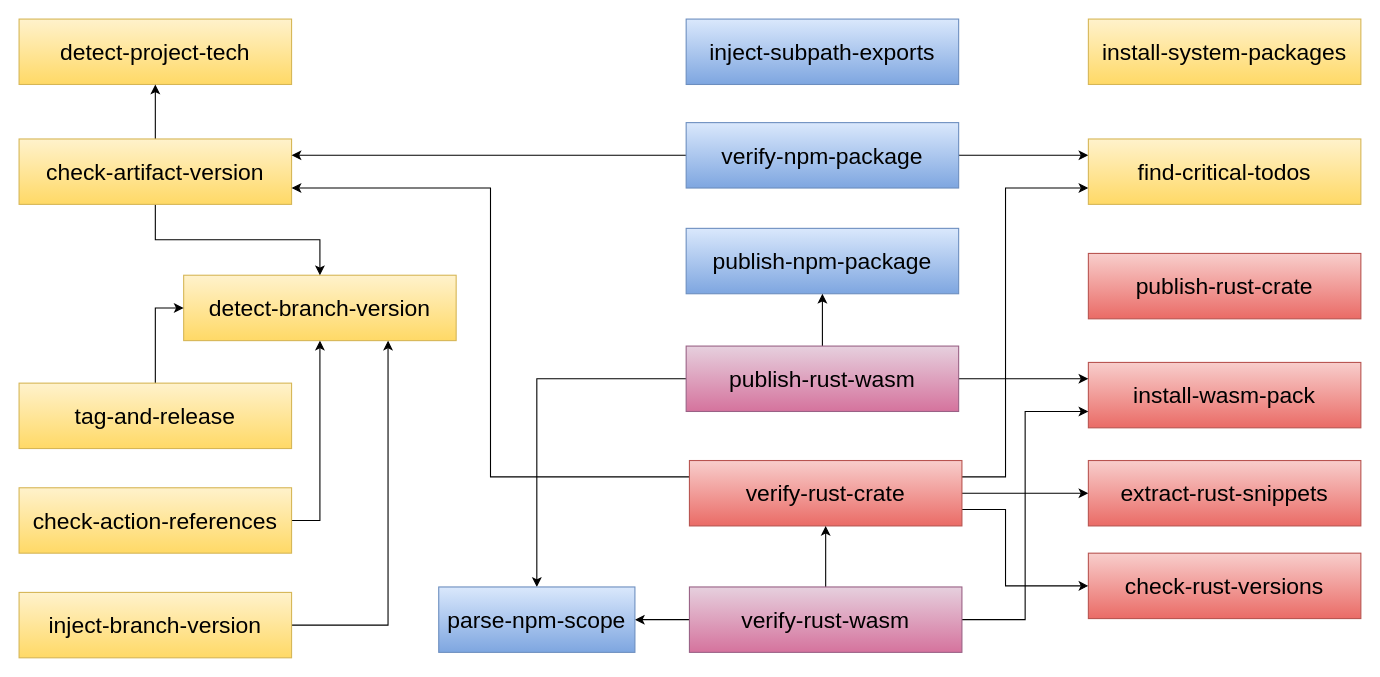
Before: docs/schema.drawio in giancosta86/aurora-github, a draw.io diagram. Source tidied: cells renumbered, new cells numbered last; positions are measured from the earlier drawing's top-left corner, leaving out a move shared by most shapes. Both pictures are drawn from the tidied source at 109%, with x=0, y=0 at pixel (19, 19).
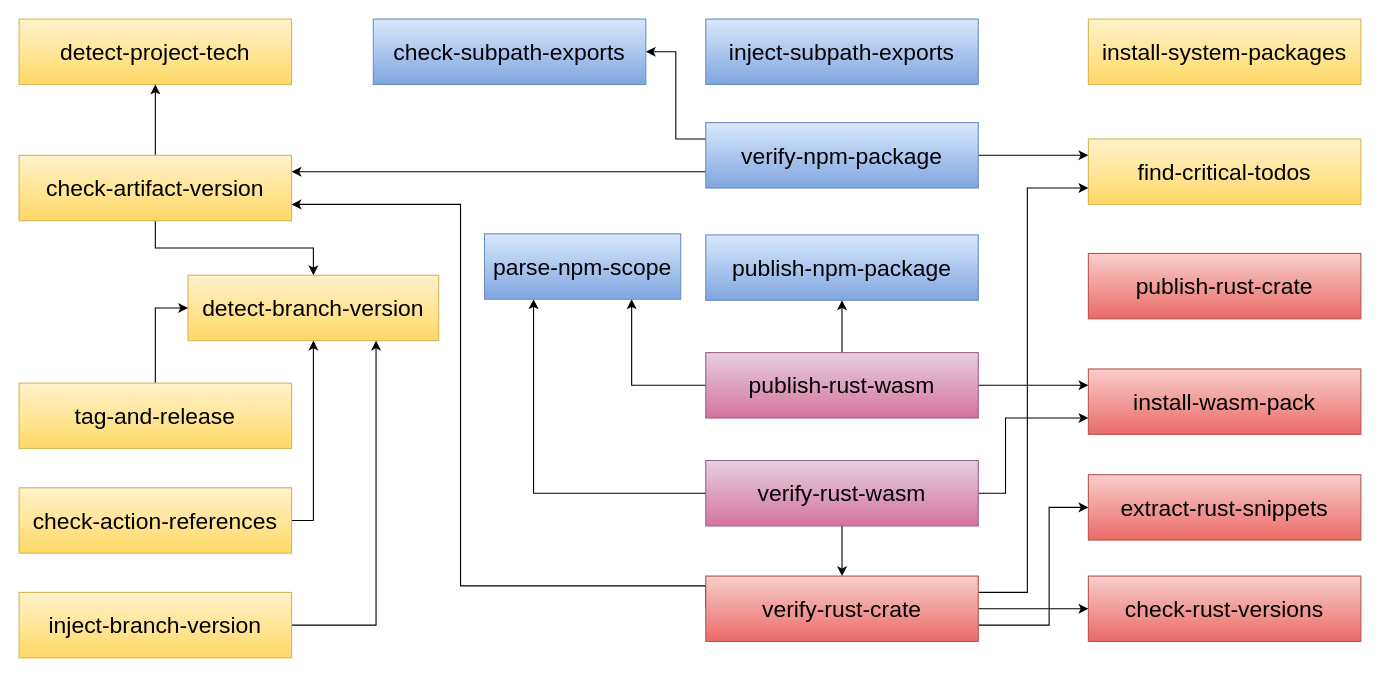
Above is the later version.

Commit message (it also covers changes not shown here):
Update action diagram

The change refers to these unchanged cells:
```xml
<mxCell id="33" value="&lt;font color=&quot;#000000&quot; style=&quot;font-size: 21px;&quot;&gt;find-critical-todos&lt;/font&gt;" style="rounded=0;whiteSpace=wrap;html=1;fillColor=#fff2cc;gradientColor=#ffd966;strokeColor=#d6b656;fontSize=21;" parent="1" vertex="1">
  <mxGeometry x="981" y="110" width="250" height="60" as="geometry" />
</mxCell>
```

The edit, as a diff of the source:
```diff
@@
     <mxCell id="3" value="&lt;font color=&quot;#000000&quot; style=&quot;font-size: 21px;&quot;&gt;install-wasm-pack&lt;/font&gt;" style="rounded=0;whiteSpace=wrap;html=1;fillColor=#f8cecc;gradientColor=#ea6b66;strokeColor=#b85450;fontSize=21;" parent="1" vertex="1">
-      <mxGeometry x="981" y="315" width="250" height="60" as="geometry" />
+      <mxGeometry x="981" y="321" width="250" height="60" as="geometry" />
     </mxCell>
     <mxCell id="4" value="&lt;font color=&quot;#000000&quot; style=&quot;font-size: 21px;&quot;&gt;check-rust-versions&lt;/font&gt;" style="rounded=0;whiteSpace=wrap;html=1;fillColor=#f8cecc;gradientColor=#ea6b66;strokeColor=#b85450;fontSize=21;" parent="1" vertex="1">
-      <mxGeometry x="981" y="490" width="250" height="60" as="geometry" />
+      <mxGeometry x="981" y="511" width="250" height="60" as="geometry" />
     </mxCell>
     <mxCell id="5" value="&lt;font color=&quot;#000000&quot; style=&quot;font-size: 21px;&quot;&gt;detect-branch-version&lt;/font&gt;" style="rounded=0;whiteSpace=wrap;html=1;fillColor=#fff2cc;gradientColor=#ffd966;strokeColor=#d6b656;fontSize=21;" parent="1" vertex="1">
-      <mxGeometry x="151" y="235" width="250" height="60" as="geometry" />
+      <mxGeometry x="155" y="235" width="230" height="60" as="geometry" />
     </mxCell>
@@
     <mxCell id="8" value="&lt;font color=&quot;#000000&quot; style=&quot;font-size: 21px;&quot;&gt;check-artifact-version&lt;/font&gt;" style="rounded=0;whiteSpace=wrap;html=1;fillColor=#fff2cc;gradientColor=#ffd966;strokeColor=#d6b656;fontSize=21;" parent="1" vertex="1">
-      <mxGeometry y="110" width="250" height="60" as="geometry" />
+      <mxGeometry y="125" width="250" height="60" as="geometry" />
     </mxCell>
@@
-    <mxCell id="11" style="edgeStyle=orthogonalEdgeStyle;rounded=0;jettySize=auto;html=1;exitX=0;exitY=0.25;exitDx=0;exitDy=0;entryX=1;entryY=0.75;entryDx=0;entryDy=0;" parent="1" edge="1" source="15" target="8">
-      <mxGeometry relative="1" as="geometry" />
+    <mxCell id="11" style="edgeStyle=orthogonalEdgeStyle;rounded=0;jettySize=auto;html=1;exitX=0;exitY=0.5;exitDx=0;exitDy=0;entryX=1;entryY=0.75;entryDx=0;entryDy=0;" parent="1" edge="1" source="15" target="8">
+      <mxGeometry relative="1" as="geometry">
+        <Array as="points">
+          <mxPoint x="405" y="520" />
+          <mxPoint x="405" y="170" />
+        </Array>
+      </mxGeometry>
     </mxCell>
+    <mxCell id="14" style="edgeStyle=orthogonalEdgeStyle;rounded=0;jettySize=auto;html=1;exitX=1;exitY=0.25;exitDx=0;exitDy=0;entryX=0;entryY=0.75;entryDx=0;entryDy=0;" parent="1" edge="1" source="15" target="33">
+      <mxGeometry relative="1" as="geometry">
+        <Array as="points">
+          <mxPoint x="925" y="526" />
+          <mxPoint x="925" y="155" />
+        </Array>
+      </mxGeometry>
+    </mxCell>
+    <mxCell id="13" style="edgeStyle=orthogonalEdgeStyle;rounded=0;jettySize=auto;html=1;exitX=1;exitY=0.5;exitDx=0;exitDy=0;entryX=0;entryY=0.5;entryDx=0;entryDy=0;" parent="1" edge="1" source="15" target="4">
+      <mxGeometry relative="1" as="geometry" />
+    </mxCell>
-    <mxCell id="12" style="edgeStyle=orthogonalEdgeStyle;rounded=0;jettySize=auto;html=1;exitX=1;exitY=0.5;exitDx=0;exitDy=0;entryX=0;entryY=0.5;entryDx=0;entryDy=0;" parent="1" edge="1" source="15" target="34">
-      <mxGeometry relative="1" as="geometry" />
+    <mxCell id="12" style="edgeStyle=orthogonalEdgeStyle;rounded=0;jettySize=auto;html=1;exitX=1;exitY=0.75;exitDx=0;exitDy=0;entryX=0;entryY=0.5;entryDx=0;entryDy=0;" parent="1" edge="1" source="15" target="34">
+      <mxGeometry relative="1" as="geometry">
+        <Array as="points">
+          <mxPoint x="945" y="556" />
+          <mxPoint x="945" y="448" />
+        </Array>
+      </mxGeometry>
     </mxCell>
-    <mxCell id="13" style="edgeStyle=orthogonalEdgeStyle;rounded=0;jettySize=auto;html=1;exitX=1;exitY=0.75;exitDx=0;exitDy=0;entryX=0;entryY=0.5;entryDx=0;entryDy=0;" parent="1" edge="1" source="15" target="4">
-      <mxGeometry relative="1" as="geometry">
-        <Array as="points">
-          <mxPoint x="905" y="450" />
-          <mxPoint x="905" y="520" />
-        </Array>
-      </mxGeometry>
-    </mxCell>
-    <mxCell id="14" style="edgeStyle=orthogonalEdgeStyle;rounded=0;jettySize=auto;html=1;exitX=1;exitY=0.25;exitDx=0;exitDy=0;entryX=0;entryY=0.75;entryDx=0;entryDy=0;" parent="1" edge="1" source="15" target="33">
-      <mxGeometry relative="1" as="geometry">
-        <Array as="points">
-          <mxPoint x="905" y="420" />
-          <mxPoint x="905" y="155" />
-        </Array>
-      </mxGeometry>
-    </mxCell>
     <mxCell id="15" value="&lt;span style=&quot;color: rgb(0, 0, 0);&quot;&gt;verify&lt;/span&gt;&lt;font color=&quot;#000000&quot; style=&quot;font-size: 21px;&quot;&gt;-rust-crate&lt;/font&gt;" style="rounded=0;whiteSpace=wrap;html=1;fillColor=#f8cecc;gradientColor=#ea6b66;strokeColor=#b85450;fontSize=21;" parent="1" vertex="1">
-      <mxGeometry x="615" y="405" width="250" height="60" as="geometry" />
+      <mxGeometry x="630" y="511" width="250" height="60" as="geometry" />
     </mxCell>
@@
-    <mxCell id="18" style="edgeStyle=orthogonalEdgeStyle;rounded=0;jettySize=auto;html=1;exitX=0;exitY=0.5;exitDx=0;exitDy=0;entryX=1;entryY=0.25;entryDx=0;entryDy=0;" parent="1" edge="1" source="19" target="8">
+    <mxCell id="18" style="edgeStyle=orthogonalEdgeStyle;rounded=0;jettySize=auto;html=1;exitX=0;exitY=0.75;exitDx=0;exitDy=0;entryX=1;entryY=0.25;entryDx=0;entryDy=0;" parent="1" edge="1" source="19" target="8">
       <mxGeometry relative="1" as="geometry" />
     </mxCell>
+    <mxCell id="38" style="edgeStyle=orthogonalEdgeStyle;rounded=0;jettySize=auto;html=1;exitX=0;exitY=0.25;exitDx=0;exitDy=0;entryX=1;entryY=0.5;entryDx=0;entryDy=0;" parent="1" edge="1" source="19" target="39">
+      <mxGeometry relative="1" as="geometry" />
+    </mxCell>
     <mxCell id="19" value="&lt;span style=&quot;color: rgb(0, 0, 0);&quot;&gt;verify&lt;/span&gt;&lt;font color=&quot;#000000&quot; style=&quot;font-size: 21px;&quot;&gt;-npm-package&lt;/font&gt;" style="rounded=0;whiteSpace=wrap;html=1;fillColor=#dae8fc;gradientColor=#7ea6e0;strokeColor=#6c8ebf;fontSize=21;" parent="1" vertex="1">
-      <mxGeometry x="612" y="95" width="250" height="60" as="geometry" />
+      <mxGeometry x="630" y="95" width="250" height="60" as="geometry" />
     </mxCell>
     <mxCell id="20" value="&lt;font color=&quot;#000000&quot; style=&quot;font-size: 21px;&quot;&gt;publish-npm-package&lt;/font&gt;" style="rounded=0;whiteSpace=wrap;html=1;fillColor=#dae8fc;gradientColor=#7ea6e0;strokeColor=#6c8ebf;fontSize=21;" parent="1" vertex="1">
-      <mxGeometry x="612" y="192" width="250" height="60" as="geometry" />
+      <mxGeometry x="630" y="198" width="250" height="60" as="geometry" />
     </mxCell>
+    <mxCell id="22" style="edgeStyle=orthogonalEdgeStyle;rounded=0;jettySize=auto;html=1;exitX=0;exitY=0.5;exitDx=0;exitDy=0;entryX=0.25;entryY=1;entryDx=0;entryDy=0;" parent="1" edge="1" source="24" target="35">
+      <mxGeometry relative="1" as="geometry" />
+    </mxCell>
-    <mxCell id="21" style="edgeStyle=orthogonalEdgeStyle;rounded=0;jettySize=auto;html=1;exitX=0.5;exitY=0;exitDx=0;exitDy=0;entryX=0.5;entryY=1;entryDx=0;entryDy=0;" parent="1" edge="1" source="24" target="15">
+    <mxCell id="21" style="edgeStyle=orthogonalEdgeStyle;rounded=0;jettySize=auto;html=1;exitX=0.5;exitY=1;exitDx=0;exitDy=0;entryX=0.5;entryY=0;entryDx=0;entryDy=0;" parent="1" edge="1" source="24" target="15">
       <mxGeometry relative="1" as="geometry" />
     </mxCell>
-    <mxCell id="22" style="edgeStyle=orthogonalEdgeStyle;rounded=0;jettySize=auto;html=1;exitX=0;exitY=0.5;exitDx=0;exitDy=0;entryX=1;entryY=0.5;entryDx=0;entryDy=0;" parent="1" edge="1" source="24" target="35">
-      <mxGeometry relative="1" as="geometry" />
-    </mxCell>
     <mxCell id="23" style="edgeStyle=orthogonalEdgeStyle;rounded=0;jettySize=auto;html=1;exitX=1;exitY=0.5;exitDx=0;exitDy=0;entryX=0;entryY=0.75;entryDx=0;entryDy=0;" parent="1" edge="1" source="24" target="3">
-      <mxGeometry relative="1" as="geometry" />
+      <mxGeometry relative="1" as="geometry">
+        <Array as="points">
+          <mxPoint x="905" y="435" />
+          <mxPoint x="905" y="366" />
+        </Array>
+      </mxGeometry>
     </mxCell>
     <mxCell id="24" value="&lt;font color=&quot;#000000&quot; style=&quot;font-size: 21px;&quot;&gt;verify-rust-wasm&lt;/font&gt;" style="rounded=0;whiteSpace=wrap;html=1;fillColor=#e6d0de;strokeColor=#996185;gradientColor=#d5739d;fontSize=21;" parent="1" vertex="1">
-      <mxGeometry x="615" y="521" width="250" height="60" as="geometry" />
+      <mxGeometry x="630" y="405" width="250" height="60" as="geometry" />
     </mxCell>
@@
-    <mxCell id="29" style="edgeStyle=orthogonalEdgeStyle;rounded=0;jettySize=auto;html=1;exitX=0;exitY=0.5;exitDx=0;exitDy=0;entryX=0.5;entryY=0;entryDx=0;entryDy=0;" parent="1" edge="1" source="30" target="35">
+    <mxCell id="29" style="edgeStyle=orthogonalEdgeStyle;rounded=0;jettySize=auto;html=1;exitX=0;exitY=0.5;exitDx=0;exitDy=0;entryX=0.75;entryY=1;entryDx=0;entryDy=0;" parent="1" edge="1" source="30" target="35">
       <mxGeometry relative="1" as="geometry" />
     </mxCell>
     <mxCell id="30" value="&lt;font color=&quot;#000000&quot; style=&quot;font-size: 21px;&quot;&gt;publish-rust-wasm&lt;/font&gt;" style="rounded=0;whiteSpace=wrap;html=1;fillColor=#e6d0de;strokeColor=#996185;gradientColor=#d5739d;fontSize=21;" parent="1" vertex="1">
-      <mxGeometry x="612" y="300" width="250" height="60" as="geometry" />
+      <mxGeometry x="630" y="306" width="250" height="60" as="geometry" />
     </mxCell>
@@
     <mxCell id="34" value="&lt;font color=&quot;#000000&quot; style=&quot;font-size: 21px;&quot;&gt;extract-rust-snippets&lt;/font&gt;" style="rounded=0;whiteSpace=wrap;html=1;fillColor=#f8cecc;gradientColor=#ea6b66;strokeColor=#b85450;fontSize=21;" parent="1" vertex="1">
-      <mxGeometry x="981" y="405" width="250" height="60" as="geometry" />
+      <mxGeometry x="981" y="418" width="250" height="60" as="geometry" />
     </mxCell>
     <mxCell id="35" value="&lt;font color=&quot;#000000&quot; style=&quot;font-size: 21px;&quot;&gt;parse-npm-scope&lt;/font&gt;" style="rounded=0;whiteSpace=wrap;html=1;fillColor=#dae8fc;gradientColor=#7ea6e0;strokeColor=#6c8ebf;fontSize=21;" parent="1" vertex="1">
-      <mxGeometry x="385" y="521" width="180" height="60" as="geometry" />
+      <mxGeometry x="427" y="197" width="180" height="60" as="geometry" />
     </mxCell>
@@
     <mxCell id="37" value="&lt;font style=&quot;font-size: 21px;&quot; color=&quot;#000000&quot;&gt;inject-subpath-exports&lt;/font&gt;" style="rounded=0;whiteSpace=wrap;html=1;fillColor=#dae8fc;gradientColor=#7ea6e0;strokeColor=#6c8ebf;fontSize=21;" parent="1" vertex="1">
-      <mxGeometry x="612" width="250" height="60" as="geometry" />
+      <mxGeometry x="630" width="250" height="60" as="geometry" />
     </mxCell>
+    <mxCell id="39" value="&lt;font color=&quot;#000000&quot;&gt;check-subpath-exports&lt;/font&gt;" style="rounded=0;whiteSpace=wrap;html=1;fillColor=#dae8fc;gradientColor=#7ea6e0;strokeColor=#6c8ebf;fontSize=21;" parent="1" vertex="1">
+      <mxGeometry x="325" width="250" height="60" as="geometry" />
+    </mxCell>
```
